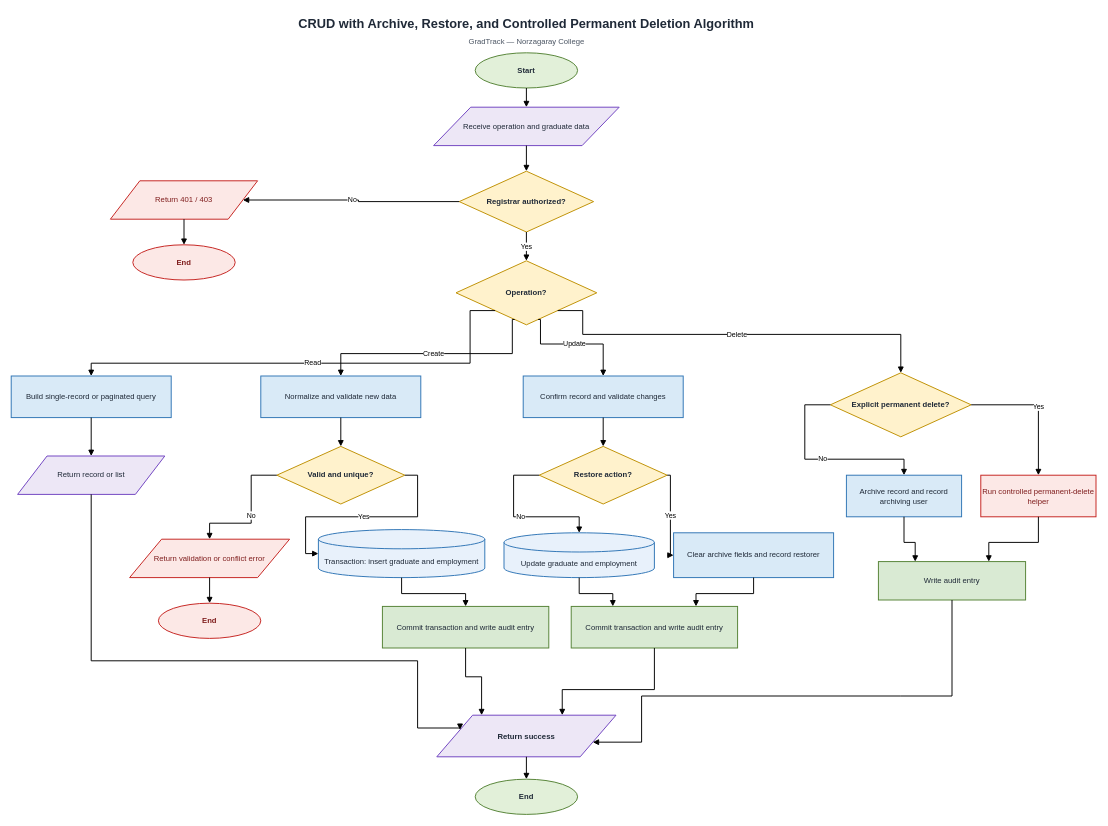
This is page "03 - CRUD Operation" (3 of 9) of docs/flowcharts/GradTrack_System_Algorithms.drawio from Dzp4ul/GradTrack, a draw.io file, before an edit. Source tidied: cells renumbered, new cells numbered last; positions are measured from the earlier drawing's top-left corner, leaving out a move shared by most shapes. Both pictures are drawn from the tidied source at 64%, with x=0, y=0 at pixel (11, 11).
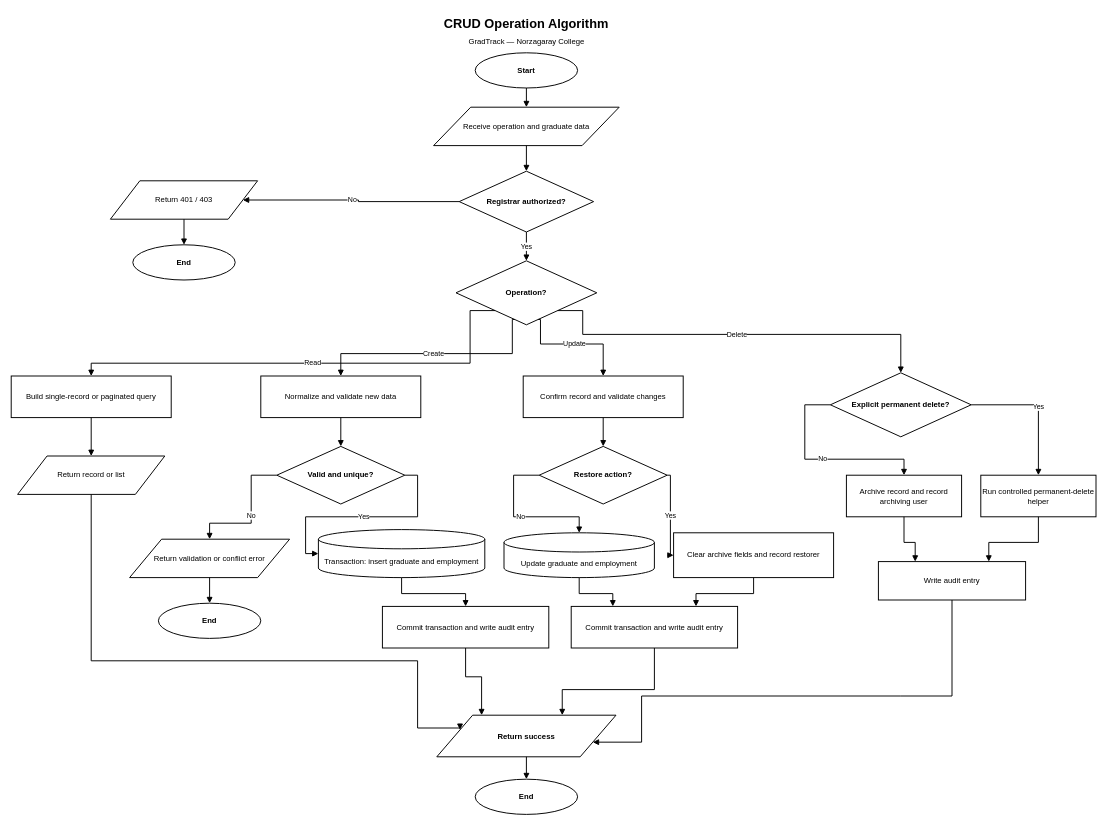
After the change.

The edit, as a diff of the source:
```diff
@@
-    <mxCell id="2" value="CRUD with Archive, Restore, and Controlled Permanent Deletion Algorithm" style="text;html=1;align=center;verticalAlign=middle;whiteSpace=wrap;fontFamily=Arial;fontSize=20;fontStyle=1;fontColor=#1F2937;" parent="1" vertex="1">
+    <mxCell id="2" value="CRUD Operation Algorithm" style="text;html=1;align=center;verticalAlign=middle;whiteSpace=wrap;fontFamily=Arial;fontSize=20;fontStyle=1;fontColor=#000000;" parent="1" vertex="1">
       <mxGeometry x="155" width="1300" height="35" as="geometry" />
     </mxCell>
-    <mxCell id="3" value="GradTrack — Norzagaray College" style="text;html=1;align=center;verticalAlign=middle;fontFamily=Arial;fontSize=12;fontColor=#4B5563;" parent="1" vertex="1">
+    <mxCell id="3" value="GradTrack — Norzagaray College" style="text;html=1;align=center;verticalAlign=middle;fontFamily=Arial;fontSize=12;fontColor=#000000;" parent="1" vertex="1">
       <mxGeometry x="605" y="35" width="400" height="25" as="geometry" />
     </mxCell>
-    <mxCell id="4" value="Start" style="ellipse;whiteSpace=wrap;html=1;fillColor=#E2F0D9;strokeColor=#548235;strokeWidth=1.5;fontFamily=Arial;fontSize=12;fontStyle=1;fontColor=#1F2937;" parent="1" vertex="1">
+    <mxCell id="4" value="Start" style="ellipse;whiteSpace=wrap;html=1;fillColor=#FFFFFF;strokeColor=#000000;strokeWidth=1.5;fontFamily=Arial;fontSize=12;fontStyle=1;fontColor=#000000;" parent="1" vertex="1">
       <mxGeometry x="725" y="65" width="160" height="55" as="geometry" />
     </mxCell>
-    <mxCell id="5" value="Receive operation and graduate data" style="shape=parallelogram;perimeter=parallelogramPerimeter;whiteSpace=wrap;html=1;fillColor=#EDE7F6;strokeColor=#6F42C1;strokeWidth=1.5;fontFamily=Arial;fontSize=12;fontColor=#1F2937;" parent="1" vertex="1">
+    <mxCell id="5" value="Receive operation and graduate data" style="shape=parallelogram;perimeter=parallelogramPerimeter;whiteSpace=wrap;html=1;fillColor=#FFFFFF;strokeColor=#000000;strokeWidth=1.5;fontFamily=Arial;fontSize=12;fontColor=#000000;" parent="1" vertex="1">
       <mxGeometry x="660" y="150" width="290" height="60" as="geometry" />
     </mxCell>
-    <mxCell id="6" value="Registrar authorized?" style="rhombus;whiteSpace=wrap;html=1;fillColor=#FFF2CC;strokeColor=#BF9000;strokeWidth=1.5;fontFamily=Arial;fontSize=12;fontStyle=1;fontColor=#1F2937;" parent="1" vertex="1">
+    <mxCell id="6" value="Registrar authorized?" style="rhombus;whiteSpace=wrap;html=1;fillColor=#FFFFFF;strokeColor=#000000;strokeWidth=1.5;fontFamily=Arial;fontSize=12;fontStyle=1;fontColor=#000000;" parent="1" vertex="1">
       <mxGeometry x="700" y="250" width="210" height="95" as="geometry" />
     </mxCell>
-    <mxCell id="7" value="Return 401 / 403" style="shape=parallelogram;perimeter=parallelogramPerimeter;whiteSpace=wrap;html=1;fillColor=#FCE8E6;strokeColor=#C5221F;strokeWidth=1.5;fontFamily=Arial;fontSize=12;fontColor=#7F1D1D;" parent="1" vertex="1">
+    <mxCell id="7" value="Return 401 / 403" style="shape=parallelogram;perimeter=parallelogramPerimeter;whiteSpace=wrap;html=1;fillColor=#FFFFFF;strokeColor=#000000;strokeWidth=1.5;fontFamily=Arial;fontSize=12;fontColor=#000000;" parent="1" vertex="1">
       <mxGeometry x="155" y="265" width="230" height="60" as="geometry" />
     </mxCell>
-    <mxCell id="8" value="End" style="ellipse;whiteSpace=wrap;html=1;fillColor=#FCE8E6;strokeColor=#C5221F;strokeWidth=1.5;fontFamily=Arial;fontSize=12;fontStyle=1;fontColor=#7F1D1D;" parent="1" vertex="1">
+    <mxCell id="8" value="End" style="ellipse;whiteSpace=wrap;html=1;fillColor=#FFFFFF;strokeColor=#000000;strokeWidth=1.5;fontFamily=Arial;fontSize=12;fontStyle=1;fontColor=#000000;" parent="1" vertex="1">
       <mxGeometry x="190" y="365" width="160" height="55" as="geometry" />
     </mxCell>
-    <mxCell id="9" value="Operation?" style="rhombus;whiteSpace=wrap;html=1;fillColor=#FFF2CC;strokeColor=#BF9000;strokeWidth=1.5;fontFamily=Arial;fontSize=12;fontStyle=1;fontColor=#1F2937;" parent="1" vertex="1">
+    <mxCell id="9" value="Operation?" style="rhombus;whiteSpace=wrap;html=1;fillColor=#FFFFFF;strokeColor=#000000;strokeWidth=1.5;fontFamily=Arial;fontSize=12;fontStyle=1;fontColor=#000000;" parent="1" vertex="1">
       <mxGeometry x="695" y="390" width="220" height="100" as="geometry" />
     </mxCell>
-    <mxCell id="10" value="Build single-record or paginated query" style="rounded=0;whiteSpace=wrap;html=1;fillColor=#D9EAF7;strokeColor=#2F75B5;strokeWidth=1.5;fontFamily=Arial;fontSize=12;fontColor=#1F2937;" parent="1" vertex="1">
+    <mxCell id="10" value="Build single-record or paginated query" style="rounded=0;whiteSpace=wrap;html=1;fillColor=#FFFFFF;strokeColor=#000000;strokeWidth=1.5;fontFamily=Arial;fontSize=12;fontColor=#000000;" parent="1" vertex="1">
       <mxGeometry y="570" width="250" height="65" as="geometry" />
     </mxCell>
-    <mxCell id="11" value="Return record or list" style="shape=parallelogram;perimeter=parallelogramPerimeter;whiteSpace=wrap;html=1;fillColor=#EDE7F6;strokeColor=#6F42C1;strokeWidth=1.5;fontFamily=Arial;fontSize=12;fontColor=#1F2937;" parent="1" vertex="1">
+    <mxCell id="11" value="Return record or list" style="shape=parallelogram;perimeter=parallelogramPerimeter;whiteSpace=wrap;html=1;fillColor=#FFFFFF;strokeColor=#000000;strokeWidth=1.5;fontFamily=Arial;fontSize=12;fontColor=#000000;" parent="1" vertex="1">
       <mxGeometry x="10" y="695" width="230" height="60" as="geometry" />
     </mxCell>
-    <mxCell id="12" value="Normalize and validate new data" style="rounded=0;whiteSpace=wrap;html=1;fillColor=#D9EAF7;strokeColor=#2F75B5;strokeWidth=1.5;fontFamily=Arial;fontSize=12;fontColor=#1F2937;" parent="1" vertex="1">
+    <mxCell id="12" value="Normalize and validate new data" style="rounded=0;whiteSpace=wrap;html=1;fillColor=#FFFFFF;strokeColor=#000000;strokeWidth=1.5;fontFamily=Arial;fontSize=12;fontColor=#000000;" parent="1" vertex="1">
       <mxGeometry x="390" y="570" width="250" height="65" as="geometry" />
     </mxCell>
-    <mxCell id="13" value="Valid and unique?" style="rhombus;whiteSpace=wrap;html=1;fillColor=#FFF2CC;strokeColor=#BF9000;strokeWidth=1.5;fontFamily=Arial;fontSize=12;fontStyle=1;fontColor=#1F2937;" parent="1" vertex="1">
+    <mxCell id="13" value="Valid and unique?" style="rhombus;whiteSpace=wrap;html=1;fillColor=#FFFFFF;strokeColor=#000000;strokeWidth=1.5;fontFamily=Arial;fontSize=12;fontStyle=1;fontColor=#000000;" parent="1" vertex="1">
       <mxGeometry x="415" y="680" width="200" height="90" as="geometry" />
     </mxCell>
-    <mxCell id="14" value="Return validation or conflict error" style="shape=parallelogram;perimeter=parallelogramPerimeter;whiteSpace=wrap;html=1;fillColor=#FCE8E6;strokeColor=#C5221F;strokeWidth=1.5;fontFamily=Arial;fontSize=12;fontColor=#7F1D1D;" parent="1" vertex="1">
+    <mxCell id="14" value="Return validation or conflict error" style="shape=parallelogram;perimeter=parallelogramPerimeter;whiteSpace=wrap;html=1;fillColor=#FFFFFF;strokeColor=#000000;strokeWidth=1.5;fontFamily=Arial;fontSize=12;fontColor=#000000;" parent="1" vertex="1">
       <mxGeometry x="185" y="825" width="250" height="60" as="geometry" />
     </mxCell>
-    <mxCell id="15" value="End" style="ellipse;whiteSpace=wrap;html=1;fillColor=#FCE8E6;strokeColor=#C5221F;strokeWidth=1.5;fontFamily=Arial;fontSize=12;fontStyle=1;fontColor=#7F1D1D;" parent="1" vertex="1">
+    <mxCell id="15" value="End" style="ellipse;whiteSpace=wrap;html=1;fillColor=#FFFFFF;strokeColor=#000000;strokeWidth=1.5;fontFamily=Arial;fontSize=12;fontStyle=1;fontColor=#000000;" parent="1" vertex="1">
       <mxGeometry x="230" y="925" width="160" height="55" as="geometry" />
     </mxCell>
-    <mxCell id="16" value="Transaction: insert graduate and employment" style="shape=cylinder3;whiteSpace=wrap;html=1;boundedLbl=1;backgroundOutline=1;fillColor=#E8F1FB;strokeColor=#2F75B5;strokeWidth=1.5;fontFamily=Arial;fontSize=12;fontColor=#1F2937;" parent="1" vertex="1">
+    <mxCell id="16" value="Transaction: insert graduate and employment" style="shape=cylinder3;whiteSpace=wrap;html=1;boundedLbl=1;backgroundOutline=1;fillColor=#FFFFFF;strokeColor=#000000;strokeWidth=1.5;fontFamily=Arial;fontSize=12;fontColor=#000000;" parent="1" vertex="1">
       <mxGeometry x="480" y="810" width="260" height="75" as="geometry" />
     </mxCell>
-    <mxCell id="17" value="Commit transaction and write audit entry" style="rounded=0;whiteSpace=wrap;html=1;fillColor=#D9EAD3;strokeColor=#548235;strokeWidth=1.5;fontFamily=Arial;fontSize=12;fontColor=#1F2937;" parent="1" vertex="1">
+    <mxCell id="17" value="Commit transaction and write audit entry" style="rounded=0;whiteSpace=wrap;html=1;fillColor=#FFFFFF;strokeColor=#000000;strokeWidth=1.5;fontFamily=Arial;fontSize=12;fontColor=#000000;" parent="1" vertex="1">
       <mxGeometry x="580" y="930" width="260" height="65" as="geometry" />
     </mxCell>
-    <mxCell id="18" value="Confirm record and validate changes" style="rounded=0;whiteSpace=wrap;html=1;fillColor=#D9EAF7;strokeColor=#2F75B5;strokeWidth=1.5;fontFamily=Arial;fontSize=12;fontColor=#1F2937;" parent="1" vertex="1">
+    <mxCell id="18" value="Confirm record and validate changes" style="rounded=0;whiteSpace=wrap;html=1;fillColor=#FFFFFF;strokeColor=#000000;strokeWidth=1.5;fontFamily=Arial;fontSize=12;fontColor=#000000;" parent="1" vertex="1">
       <mxGeometry x="800" y="570" width="250" height="65" as="geometry" />
     </mxCell>
-    <mxCell id="19" value="Restore action?" style="rhombus;whiteSpace=wrap;html=1;fillColor=#FFF2CC;strokeColor=#BF9000;strokeWidth=1.5;fontFamily=Arial;fontSize=12;fontStyle=1;fontColor=#1F2937;" parent="1" vertex="1">
+    <mxCell id="19" value="Restore action?" style="rhombus;whiteSpace=wrap;html=1;fillColor=#FFFFFF;strokeColor=#000000;strokeWidth=1.5;fontFamily=Arial;fontSize=12;fontStyle=1;fontColor=#000000;" parent="1" vertex="1">
       <mxGeometry x="825" y="680" width="200" height="90" as="geometry" />
     </mxCell>
-    <mxCell id="20" value="Update graduate and employment" style="shape=cylinder3;whiteSpace=wrap;html=1;boundedLbl=1;backgroundOutline=1;fillColor=#E8F1FB;strokeColor=#2F75B5;strokeWidth=1.5;fontFamily=Arial;fontSize=12;fontColor=#1F2937;" parent="1" vertex="1">
+    <mxCell id="20" value="Update graduate and employment" style="shape=cylinder3;whiteSpace=wrap;html=1;boundedLbl=1;backgroundOutline=1;fillColor=#FFFFFF;strokeColor=#000000;strokeWidth=1.5;fontFamily=Arial;fontSize=12;fontColor=#000000;" parent="1" vertex="1">
       <mxGeometry x="770" y="815" width="235" height="70" as="geometry" />
     </mxCell>
-    <mxCell id="21" value="Clear archive fields and record restorer" style="rounded=0;whiteSpace=wrap;html=1;fillColor=#D9EAF7;strokeColor=#2F75B5;strokeWidth=1.5;fontFamily=Arial;fontSize=12;fontColor=#1F2937;" parent="1" vertex="1">
+    <mxCell id="21" value="Clear archive fields and record restorer" style="rounded=0;whiteSpace=wrap;html=1;fillColor=#FFFFFF;strokeColor=#000000;strokeWidth=1.5;fontFamily=Arial;fontSize=12;fontColor=#000000;" parent="1" vertex="1">
       <mxGeometry x="1035" y="815" width="250" height="70" as="geometry" />
     </mxCell>
-    <mxCell id="22" value="Commit transaction and write audit entry" style="rounded=0;whiteSpace=wrap;html=1;fillColor=#D9EAD3;strokeColor=#548235;strokeWidth=1.5;fontFamily=Arial;fontSize=12;fontColor=#1F2937;" parent="1" vertex="1">
+    <mxCell id="22" value="Commit transaction and write audit entry" style="rounded=0;whiteSpace=wrap;html=1;fillColor=#FFFFFF;strokeColor=#000000;strokeWidth=1.5;fontFamily=Arial;fontSize=12;fontColor=#000000;" parent="1" vertex="1">
       <mxGeometry x="875" y="930" width="260" height="65" as="geometry" />
     </mxCell>
-    <mxCell id="23" value="Explicit permanent delete?" style="rhombus;whiteSpace=wrap;html=1;fillColor=#FFF2CC;strokeColor=#BF9000;strokeWidth=1.5;fontFamily=Arial;fontSize=12;fontStyle=1;fontColor=#1F2937;" parent="1" vertex="1">
+    <mxCell id="23" value="Explicit permanent delete?" style="rhombus;whiteSpace=wrap;html=1;fillColor=#FFFFFF;strokeColor=#000000;strokeWidth=1.5;fontFamily=Arial;fontSize=12;fontStyle=1;fontColor=#000000;" parent="1" vertex="1">
       <mxGeometry x="1280" y="565" width="220" height="100" as="geometry" />
     </mxCell>
-    <mxCell id="24" value="Archive record and record archiving user" style="rounded=0;whiteSpace=wrap;html=1;fillColor=#D9EAF7;strokeColor=#2F75B5;strokeWidth=1.5;fontFamily=Arial;fontSize=12;fontColor=#1F2937;" parent="1" vertex="1">
+    <mxCell id="24" value="Archive record and record archiving user" style="rounded=0;whiteSpace=wrap;html=1;fillColor=#FFFFFF;strokeColor=#000000;strokeWidth=1.5;fontFamily=Arial;fontSize=12;fontColor=#000000;" parent="1" vertex="1">
       <mxGeometry x="1305" y="725" width="180" height="65" as="geometry" />
     </mxCell>
-    <mxCell id="25" value="Run controlled permanent-delete helper" style="rounded=0;whiteSpace=wrap;html=1;fillColor=#FCE8E6;strokeColor=#C5221F;strokeWidth=1.5;fontFamily=Arial;fontSize=12;fontColor=#7F1D1D;" parent="1" vertex="1">
+    <mxCell id="25" value="Run controlled permanent-delete helper" style="rounded=0;whiteSpace=wrap;html=1;fillColor=#FFFFFF;strokeColor=#000000;strokeWidth=1.5;fontFamily=Arial;fontSize=12;fontColor=#000000;" parent="1" vertex="1">
       <mxGeometry x="1515" y="725" width="180" height="65" as="geometry" />
     </mxCell>
-    <mxCell id="26" value="Write audit entry" style="rounded=0;whiteSpace=wrap;html=1;fillColor=#D9EAD3;strokeColor=#548235;strokeWidth=1.5;fontFamily=Arial;fontSize=12;fontColor=#1F2937;" parent="1" vertex="1">
+    <mxCell id="26" value="Write audit entry" style="rounded=0;whiteSpace=wrap;html=1;fillColor=#FFFFFF;strokeColor=#000000;strokeWidth=1.5;fontFamily=Arial;fontSize=12;fontColor=#000000;" parent="1" vertex="1">
       <mxGeometry x="1355" y="860" width="230" height="60" as="geometry" />
     </mxCell>
-    <mxCell id="27" value="Return success" style="shape=parallelogram;perimeter=parallelogramPerimeter;whiteSpace=wrap;html=1;fillColor=#EDE7F6;strokeColor=#6F42C1;strokeWidth=1.5;fontFamily=Arial;fontSize=12;fontStyle=1;fontColor=#1F2937;" parent="1" vertex="1">
+    <mxCell id="27" value="Return success" style="shape=parallelogram;perimeter=parallelogramPerimeter;whiteSpace=wrap;html=1;fillColor=#FFFFFF;strokeColor=#000000;strokeWidth=1.5;fontFamily=Arial;fontSize=12;fontStyle=1;fontColor=#000000;" parent="1" vertex="1">
       <mxGeometry x="665" y="1100" width="280" height="65" as="geometry" />
     </mxCell>
-    <mxCell id="28" value="End" style="ellipse;whiteSpace=wrap;html=1;fillColor=#E2F0D9;strokeColor=#548235;strokeWidth=1.5;fontFamily=Arial;fontSize=12;fontStyle=1;fontColor=#1F2937;" parent="1" vertex="1">
+    <mxCell id="28" value="End" style="ellipse;whiteSpace=wrap;html=1;fillColor=#FFFFFF;strokeColor=#000000;strokeWidth=1.5;fontFamily=Arial;fontSize=12;fontStyle=1;fontColor=#000000;" parent="1" vertex="1">
       <mxGeometry x="725" y="1200" width="160" height="55" as="geometry" />
     </mxCell>
```
